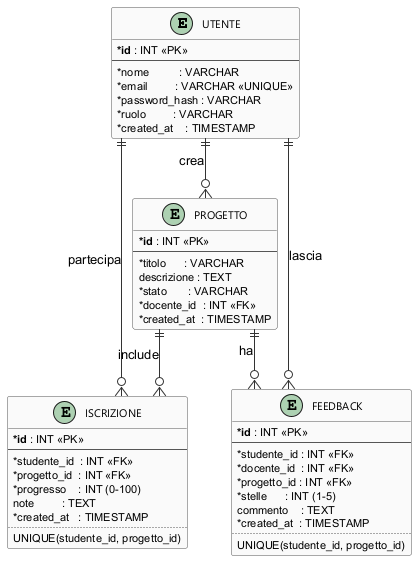
Earlier version of the PlantUML export assets/er.png (KamilIbragimov/Progetto_Di_Fine_Anno-2026). Its diagram source:
```plantuml
@startuml er

skinparam linetype ortho
skinparam shadowing false
skinparam class {
    BackgroundColor #FAFAFA
    BorderColor #555
    ArrowColor #333
    FontName Segoe UI
    FontSize 12
    AttributeFontSize 11
}
skinparam classAttributeIconSize 0

entity UTENTE {
    * **id** : INT <<PK>>
    --
    * nome          : VARCHAR
    * email         : VARCHAR <<UNIQUE>>
    * password_hash : VARCHAR
    * ruolo         : VARCHAR
    * created_at    : TIMESTAMP
}

entity PROGETTO {
    * **id** : INT <<PK>>
    --
    * titolo      : VARCHAR
      descrizione : TEXT
    * stato       : VARCHAR
    * docente_id  : INT <<FK>>
    * created_at  : TIMESTAMP
}

entity ISCRIZIONE {
    * **id** : INT <<PK>>
    --
    * studente_id  : INT <<FK>>
    * progetto_id  : INT <<FK>>
    * progresso    : INT (0-100)
      note         : TEXT
    * created_at   : TIMESTAMP
    ..
    UNIQUE(studente_id, progetto_id)
}

entity FEEDBACK {
    * **id** : INT <<PK>>
    --
    * studente_id : INT <<FK>>
    * docente_id  : INT <<FK>>
    * progetto_id : INT <<FK>>
    * stelle      : INT (1-5)
      commento    : TEXT
    * created_at  : TIMESTAMP
    ..
    UNIQUE(studente_id, progetto_id)
}

UTENTE    ||--o{ PROGETTO   : "crea"
UTENTE    ||--o{ ISCRIZIONE : "partecipa"
PROGETTO  ||--o{ ISCRIZIONE : "include"
UTENTE    ||--o{ FEEDBACK   : "lascia"
PROGETTO  ||--o{ FEEDBACK   : "ha"

@enduml
```
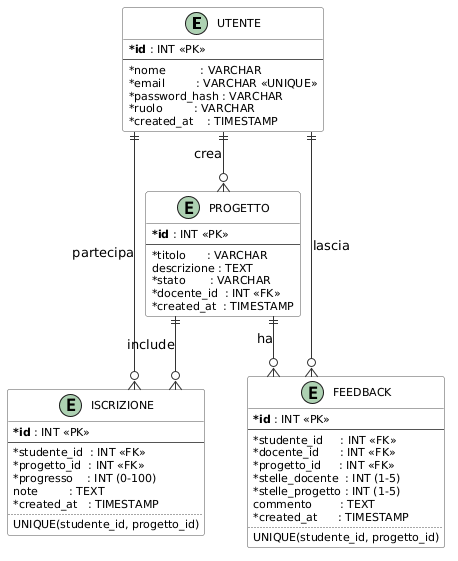
Above is the later version.

Diff of the diagram source:
```diff
@@ -1,5 +1,4 @@
-@startuml er
-
+@startuml
 skinparam linetype ortho
 skinparam shadowing false
 skinparam class {
@@ -47,12 +46,13 @@
 entity FEEDBACK {
     * **id** : INT <<PK>>
     --
-    * studente_id : INT <<FK>>
-    * docente_id  : INT <<FK>>
-    * progetto_id : INT <<FK>>
-    * stelle      : INT (1-5)
-      commento    : TEXT
-    * created_at  : TIMESTAMP
+    * studente_id     : INT <<FK>>
+    * docente_id      : INT <<FK>>
+    * progetto_id     : INT <<FK>>
+    * stelle_docente  : INT (1-5)
+    * stelle_progetto : INT (1-5)
+      commento        : TEXT
+    * created_at      : TIMESTAMP
     ..
     UNIQUE(studente_id, progetto_id)
 }
@@ -62,5 +62,4 @@
 PROGETTO  ||--o{ ISCRIZIONE : "include"
 UTENTE    ||--o{ FEEDBACK   : "lascia"
 PROGETTO  ||--o{ FEEDBACK   : "ha"
-
 @enduml
```
